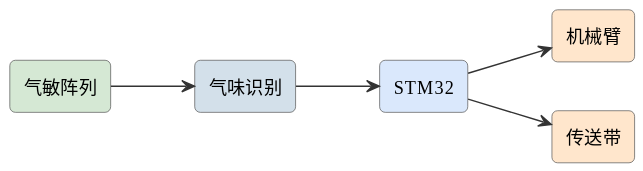
mingyi0818/IntelligentMcuCourse keeps this PlantUML diagram as assets/diagrams/ideas-fig89.svg. Above is the earlier version.
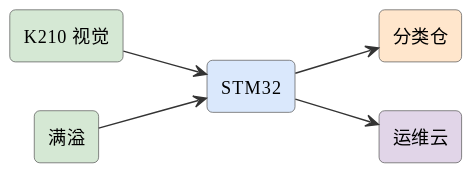
After the change.

Change to the diagram source:
```diff
@@ -6,13 +6,13 @@
 skinparam arrowFontSize 11
 skinparam arrowColor #333
 left to right direction
-rectangle "气敏阵列" as nose #d5e8d4
+rectangle "K210 视觉" as cam #d5e8d4
 rectangle "STM32" as stm #dae8fc
-rectangle "机械臂" as arm #ffe6cc
-rectangle "传送带" as conv #ffe6cc
-rectangle "气味识别" as ai #d3e0ea
-nose --> ai
-ai --> stm
-stm --> arm
-stm --> conv
+rectangle "分类仓" as bin #ffe6cc
+rectangle "满溢" as fill #d5e8d4
+rectangle "运维云" as cloud #e1d5e8
+cam --> stm
+stm --> bin
+fill --> stm
+stm --> cloud
 @enduml
```
